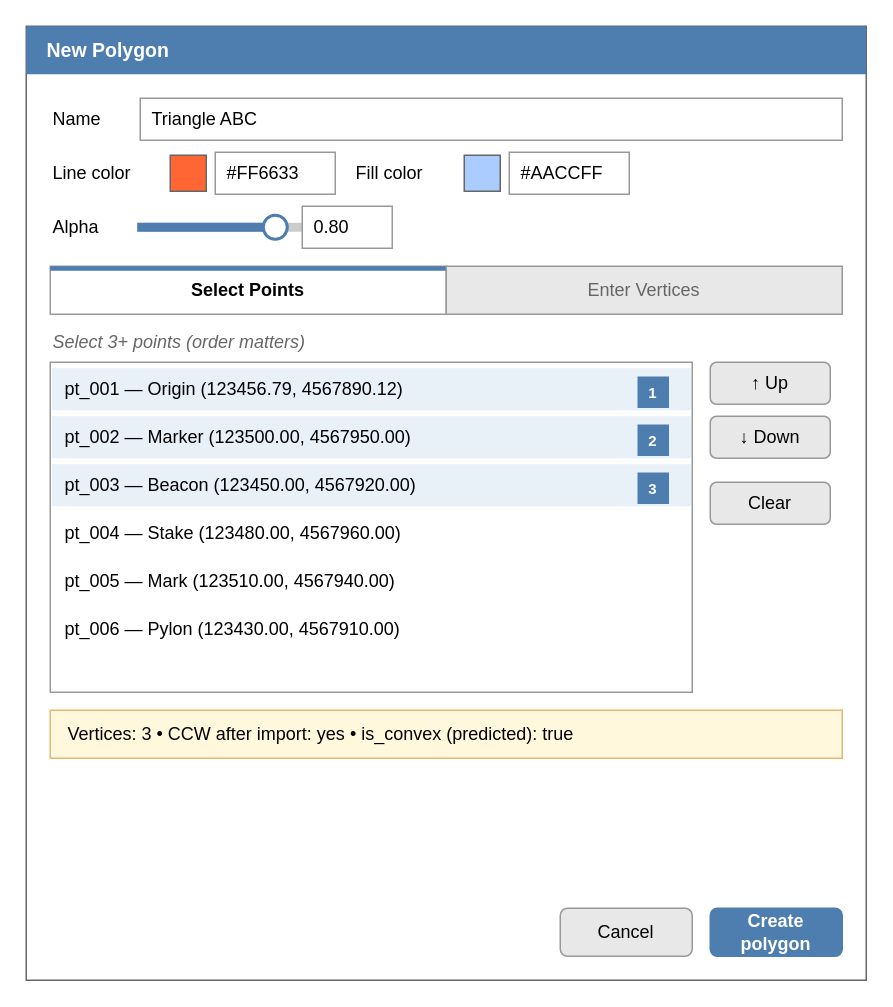
Above: page "Polygon — Select Points" (6 of 20) of spec/design/geometry-app-ui-ux.drawio in david-wies/geosketch (draw.io), before the change. Source tidied: cells renumbered, new cells numbered last; positions are measured from the earlier drawing's top-left corner, leaving out a move shared by most shapes. Both pictures are drawn from the tidied source at 150%, with x=0, y=0 at pixel (26, 26).
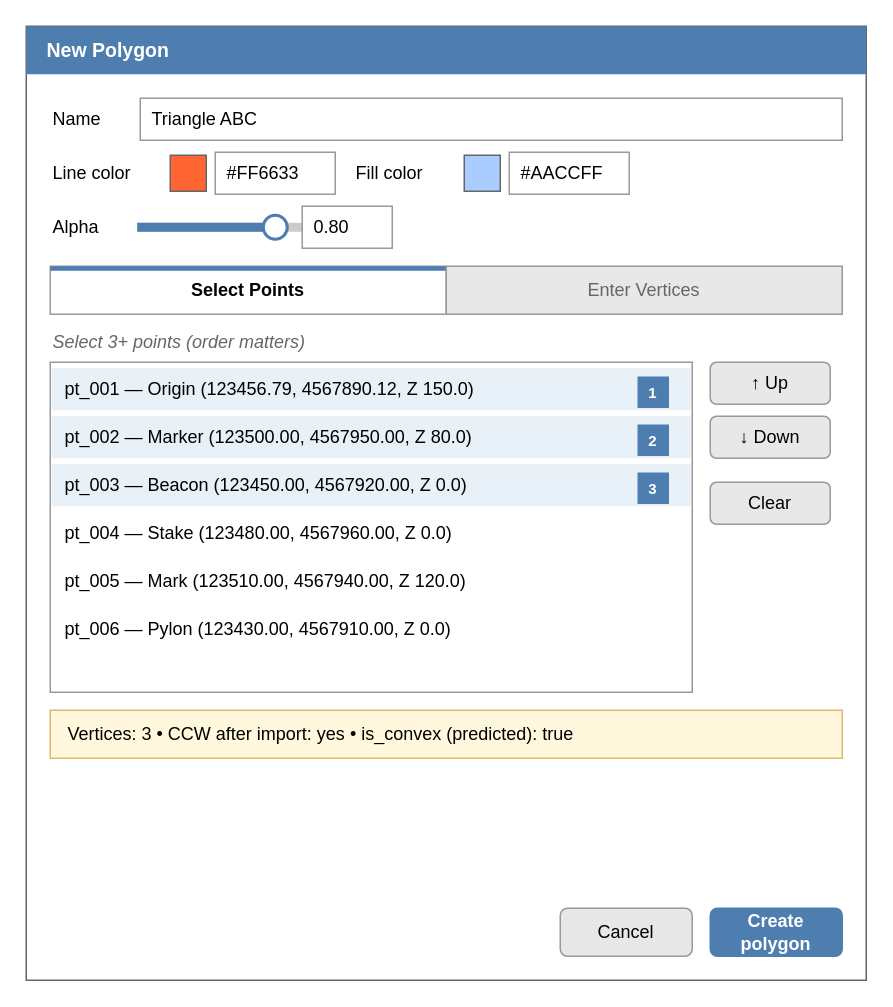
Above is the later version.

The edit, as a diff of the source:
```diff
@@
-    <mxCell id="23" value="pt_001 — Origin (123456.79, 4567890.12)" style="text;html=1;align=left;verticalAlign=middle;" parent="1" vertex="1">
+    <mxCell id="23" value="pt_001 — Origin (123456.79, 4567890.12, Z 150.0)" style="text;html=1;align=left;verticalAlign=middle;" parent="1" vertex="1">
       <mxGeometry x="24" y="230" width="368" height="24" as="geometry" />
     </mxCell>
@@
-    <mxCell id="26" value="pt_002 — Marker (123500.00, 4567950.00)" style="text;html=1;align=left;verticalAlign=middle;" parent="1" vertex="1">
+    <mxCell id="26" value="pt_002 — Marker (123500.00, 4567950.00, Z 80.0)" style="text;html=1;align=left;verticalAlign=middle;" parent="1" vertex="1">
       <mxGeometry x="24" y="262" width="368" height="24" as="geometry" />
     </mxCell>
@@
-    <mxCell id="29" value="pt_003 — Beacon (123450.00, 4567920.00)" style="text;html=1;align=left;verticalAlign=middle;" parent="1" vertex="1">
+    <mxCell id="29" value="pt_003 — Beacon (123450.00, 4567920.00, Z 0.0)" style="text;html=1;align=left;verticalAlign=middle;" parent="1" vertex="1">
       <mxGeometry x="24" y="294" width="368" height="24" as="geometry" />
     </mxCell>
@@
-    <mxCell id="31" value="pt_004 — Stake (123480.00, 4567960.00)" style="text;html=1;align=left;verticalAlign=middle;" parent="1" vertex="1">
+    <mxCell id="31" value="pt_004 — Stake (123480.00, 4567960.00, Z 0.0)" style="text;html=1;align=left;verticalAlign=middle;" parent="1" vertex="1">
       <mxGeometry x="24" y="326" width="368" height="24" as="geometry" />
     </mxCell>
-    <mxCell id="32" value="pt_005 — Mark (123510.00, 4567940.00)" style="text;html=1;align=left;verticalAlign=middle;" parent="1" vertex="1">
+    <mxCell id="32" value="pt_005 — Mark (123510.00, 4567940.00, Z 120.0)" style="text;html=1;align=left;verticalAlign=middle;" parent="1" vertex="1">
       <mxGeometry x="24" y="358" width="368" height="24" as="geometry" />
     </mxCell>
-    <mxCell id="33" value="pt_006 — Pylon (123430.00, 4567910.00)" style="text;html=1;align=left;verticalAlign=middle;" parent="1" vertex="1">
+    <mxCell id="33" value="pt_006 — Pylon (123430.00, 4567910.00, Z 0.0)" style="text;html=1;align=left;verticalAlign=middle;" parent="1" vertex="1">
       <mxGeometry x="24" y="390" width="368" height="24" as="geometry" />
     </mxCell>
```
